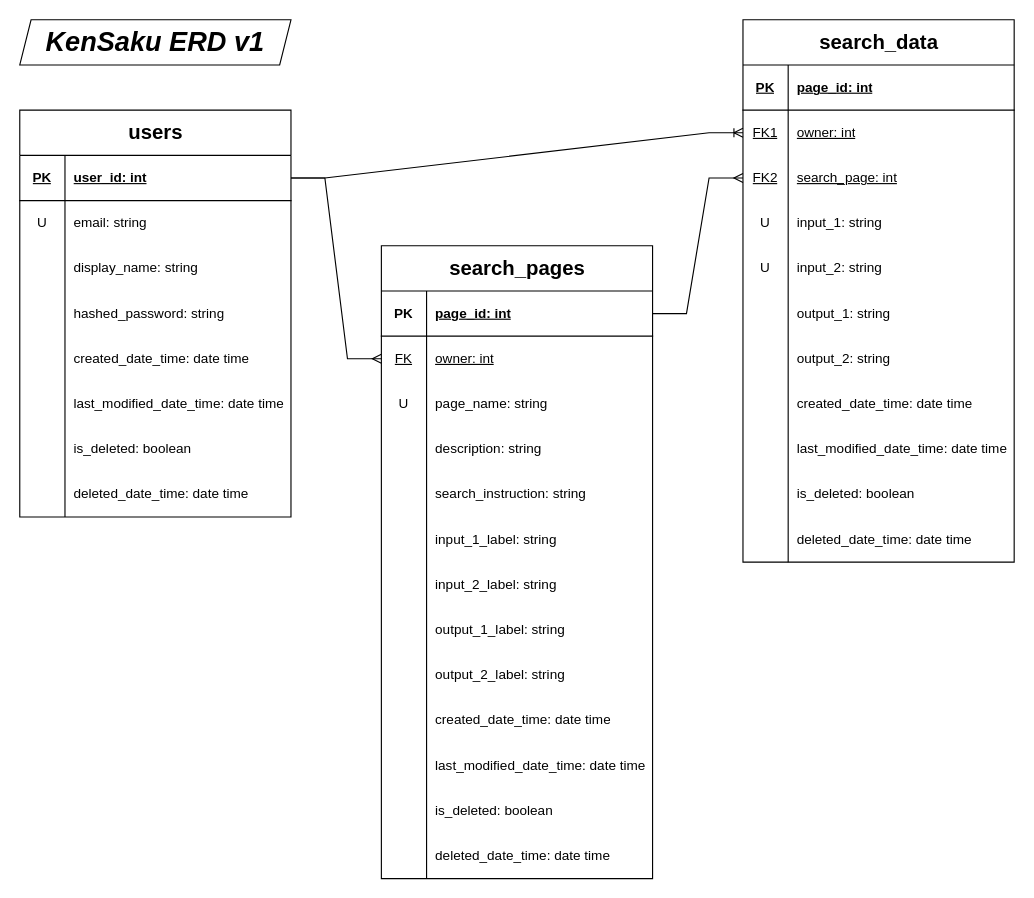
Above: erd/erd-p1.drawio in yozakura-minato/kensaku-docs (draw.io), before the change. Source tidied: cells renumbered, new cells numbered last; positions are measured from the earlier drawing's top-left corner, leaving out a move shared by most shapes. Both pictures are drawn from the tidied source at 113%, with x=0, y=0 at pixel (19, 19).
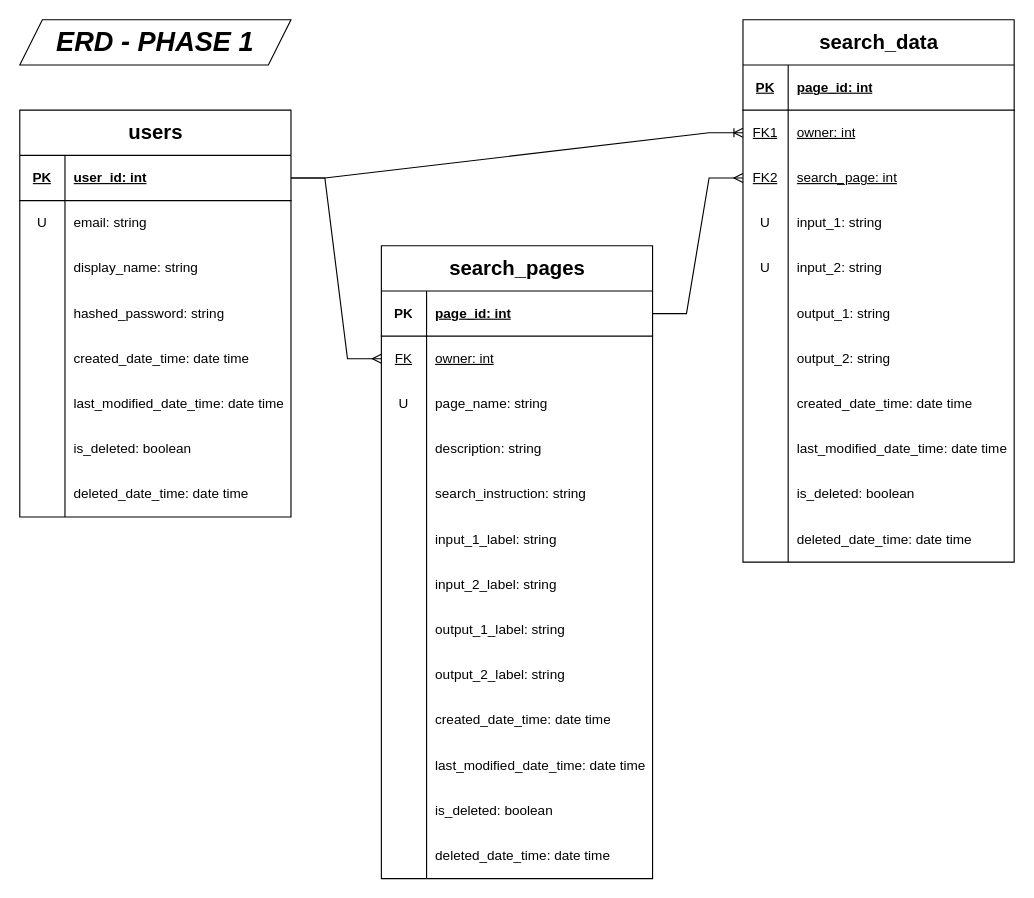
The same page after the edit.

Commit message (it also covers changes not shown here):
p0_change erd view file type for better view in GitHub

Diff of the diagram source:
```diff
@@
-    <mxCell id="104" value="&lt;b&gt;&lt;font style=&quot;font-size: 24px;&quot;&gt;&lt;i&gt;KenSaku ERD v1&lt;/i&gt;&lt;/font&gt;&lt;/b&gt;" style="shape=parallelogram;perimeter=parallelogramPerimeter;whiteSpace=wrap;html=1;fixedSize=1;size=10;" parent="1" vertex="1">
+    <mxCell id="104" value="&lt;b&gt;&lt;font style=&quot;font-size: 24px;&quot;&gt;&lt;i&gt;ERD - PHASE 1&lt;/i&gt;&lt;/font&gt;&lt;/b&gt;" style="shape=parallelogram;perimeter=parallelogramPerimeter;whiteSpace=wrap;html=1;fixedSize=1;size=20;" parent="1" vertex="1">
       <mxGeometry width="240" height="40" as="geometry" />
     </mxCell>
```
